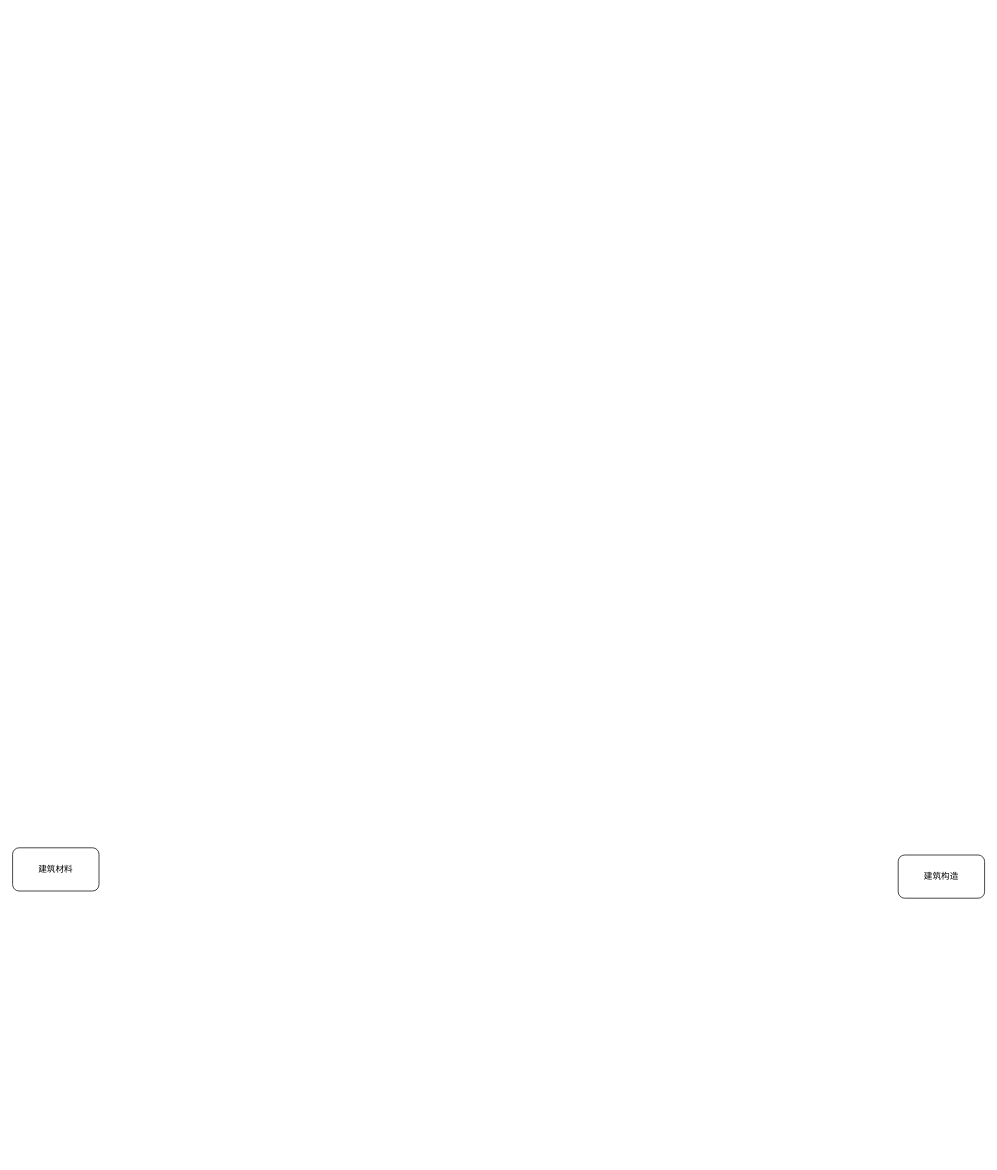
This is 建筑材料与构造.drawio from gaochaowyq/MinderGraph, a draw.io file, before an edit. Source tidied: cells renumbered, new cells numbered last; positions are measured from the earlier drawing's top-left corner, leaving out a move shared by most shapes. Both pictures are drawn from the tidied source at 72%, with x=0, y=0 at pixel (12, 847).
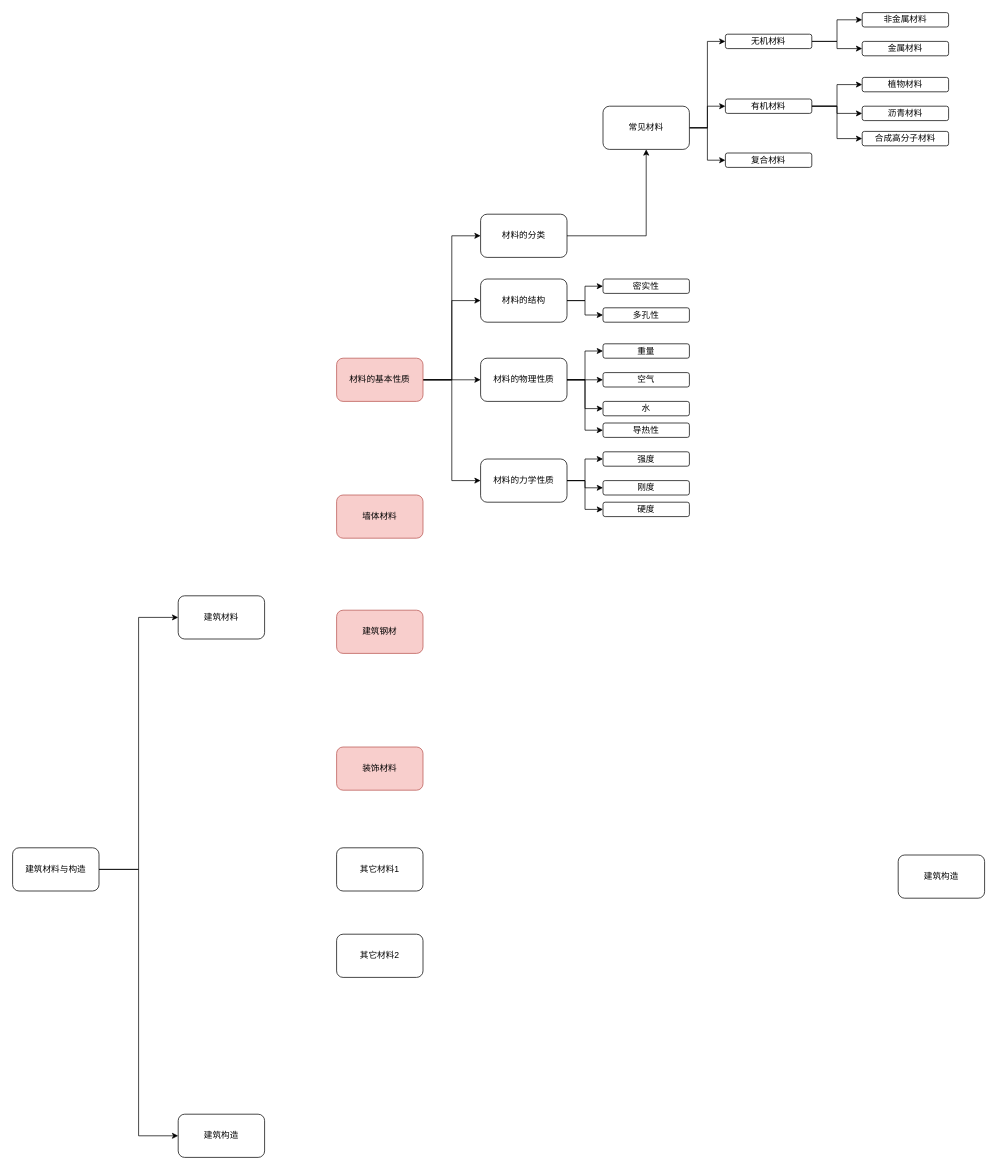
The same diagram, later.

Commit message (it also covers changes not shown here):
Update 建筑材料与构造.drawio

What changed in the source:
```diff
@@
+    <mxCell id="4" style="edgeStyle=orthogonalEdgeStyle;rounded=0;jettySize=auto;html=1;entryX=0;entryY=0.5;entryDx=0;entryDy=0;" parent="1" edge="1" source="2" target="6">
+      <mxGeometry relative="1" as="geometry" />
+    </mxCell>
+    <mxCell id="5" style="edgeStyle=orthogonalEdgeStyle;rounded=0;jettySize=auto;html=1;entryX=0;entryY=0.5;entryDx=0;entryDy=0;" parent="1" edge="1" source="2" target="7">
+      <mxGeometry relative="1" as="geometry" />
+    </mxCell>
-    <mxCell id="2" value="建筑材料" style="rounded=1;whiteSpace=wrap;html=1;" parent="1" vertex="1">
+    <mxCell id="2" value="建筑材料与构造" style="rounded=1;whiteSpace=wrap;html=1;" parent="1" vertex="1">
       <mxGeometry width="120" height="60" as="geometry" />
     </mxCell>
@@
+    <mxCell id="6" value="建筑材料" style="rounded=1;whiteSpace=wrap;html=1;" parent="1" vertex="1">
+      <mxGeometry x="230" y="-350" width="120" height="60" as="geometry" />
+    </mxCell>
+    <mxCell id="7" value="建筑构造" style="rounded=1;whiteSpace=wrap;html=1;" parent="1" vertex="1">
+      <mxGeometry x="230" y="370" width="120" height="60" as="geometry" />
+    </mxCell>
+    <mxCell id="8" style="edgeStyle=orthogonalEdgeStyle;rounded=0;jettySize=auto;html=1;entryX=0;entryY=0.5;entryDx=0;entryDy=0;" parent="1" edge="1" source="12" target="19">
+      <mxGeometry relative="1" as="geometry" />
+    </mxCell>
+    <mxCell id="9" style="edgeStyle=orthogonalEdgeStyle;rounded=0;jettySize=auto;html=1;entryX=0;entryY=0.5;entryDx=0;entryDy=0;" parent="1" edge="1" source="12" target="22">
+      <mxGeometry relative="1" as="geometry" />
+    </mxCell>
+    <mxCell id="10" style="edgeStyle=orthogonalEdgeStyle;rounded=0;jettySize=auto;html=1;" parent="1" edge="1" source="12" target="27">
+      <mxGeometry relative="1" as="geometry" />
+    </mxCell>
+    <mxCell id="11" style="edgeStyle=orthogonalEdgeStyle;rounded=0;jettySize=auto;html=1;entryX=0;entryY=0.5;entryDx=0;entryDy=0;" parent="1" edge="1" source="12" target="31">
+      <mxGeometry relative="1" as="geometry" />
+    </mxCell>
+    <mxCell id="12" value="材料的基本性质" style="rounded=1;whiteSpace=wrap;html=1;fillColor=#f8cecc;strokeColor=#b85450;" parent="1" vertex="1">
+      <mxGeometry x="450" y="-680" width="120" height="60" as="geometry" />
+    </mxCell>
+    <mxCell id="13" value="墙体材料" style="rounded=1;whiteSpace=wrap;html=1;fillColor=#f8cecc;strokeColor=#b85450;" parent="1" vertex="1">
+      <mxGeometry x="450" y="-490" width="120" height="60" as="geometry" />
+    </mxCell>
+    <mxCell id="14" value="建筑钢材" style="rounded=1;whiteSpace=wrap;html=1;fillColor=#f8cecc;strokeColor=#b85450;" parent="1" vertex="1">
+      <mxGeometry x="450" y="-330" width="120" height="60" as="geometry" />
+    </mxCell>
+    <mxCell id="15" value="装饰材料" style="rounded=1;whiteSpace=wrap;html=1;fillColor=#f8cecc;strokeColor=#b85450;" parent="1" vertex="1">
+      <mxGeometry x="450" y="-140" width="120" height="60" as="geometry" />
+    </mxCell>
+    <mxCell id="16" value="其它材料1" style="rounded=1;whiteSpace=wrap;html=1;" parent="1" vertex="1">
+      <mxGeometry x="450" width="120" height="60" as="geometry" />
+    </mxCell>
+    <mxCell id="17" value="其它材料2" style="rounded=1;whiteSpace=wrap;html=1;" parent="1" vertex="1">
+      <mxGeometry x="450" y="120" width="120" height="60" as="geometry" />
+    </mxCell>
+    <mxCell id="18" style="edgeStyle=orthogonalEdgeStyle;rounded=0;jettySize=auto;html=1;" parent="1" edge="1" source="19" target="35">
+      <mxGeometry relative="1" as="geometry" />
+    </mxCell>
+    <mxCell id="19" value="材料的分类" style="rounded=1;whiteSpace=wrap;html=1;" parent="1" vertex="1">
+      <mxGeometry x="650" y="-880" width="120" height="60" as="geometry" />
+    </mxCell>
+    <mxCell id="20" style="edgeStyle=orthogonalEdgeStyle;rounded=0;jettySize=auto;html=1;entryX=0;entryY=0.5;entryDx=0;entryDy=0;" parent="1" edge="1" source="22" target="36">
+      <mxGeometry relative="1" as="geometry" />
+    </mxCell>
+    <mxCell id="21" style="edgeStyle=orthogonalEdgeStyle;rounded=0;jettySize=auto;html=1;entryX=0;entryY=0.5;entryDx=0;entryDy=0;" parent="1" edge="1" source="22" target="37">
+      <mxGeometry relative="1" as="geometry" />
+    </mxCell>
+    <mxCell id="22" value="材料的结构" style="rounded=1;whiteSpace=wrap;html=1;" parent="1" vertex="1">
+      <mxGeometry x="650" y="-790" width="120" height="60" as="geometry" />
+    </mxCell>
+    <mxCell id="23" style="edgeStyle=orthogonalEdgeStyle;rounded=0;jettySize=auto;html=1;entryX=0;entryY=0.5;entryDx=0;entryDy=0;" parent="1" edge="1" source="27" target="38">
+      <mxGeometry relative="1" as="geometry" />
+    </mxCell>
+    <mxCell id="24" style="edgeStyle=orthogonalEdgeStyle;rounded=0;jettySize=auto;html=1;entryX=0;entryY=0.5;entryDx=0;entryDy=0;" parent="1" edge="1" source="27" target="39">
+      <mxGeometry relative="1" as="geometry" />
+    </mxCell>
+    <mxCell id="25" style="edgeStyle=orthogonalEdgeStyle;rounded=0;jettySize=auto;html=1;entryX=0;entryY=0.5;entryDx=0;entryDy=0;" parent="1" edge="1" source="27" target="40">
+      <mxGeometry relative="1" as="geometry" />
+    </mxCell>
+    <mxCell id="26" style="edgeStyle=orthogonalEdgeStyle;rounded=0;jettySize=auto;html=1;entryX=0;entryY=0.5;entryDx=0;entryDy=0;" parent="1" edge="1" source="27" target="41">
+      <mxGeometry relative="1" as="geometry" />
+    </mxCell>
+    <mxCell id="27" value="材料的物理性质" style="rounded=1;whiteSpace=wrap;html=1;" parent="1" vertex="1">
+      <mxGeometry x="650" y="-680" width="120" height="60" as="geometry" />
+    </mxCell>
+    <mxCell id="28" style="edgeStyle=orthogonalEdgeStyle;rounded=0;jettySize=auto;html=1;entryX=0;entryY=0.5;entryDx=0;entryDy=0;" parent="1" edge="1" source="31" target="42">
+      <mxGeometry relative="1" as="geometry" />
+    </mxCell>
+    <mxCell id="29" style="edgeStyle=orthogonalEdgeStyle;rounded=0;jettySize=auto;html=1;" parent="1" edge="1" source="31" target="43">
+      <mxGeometry relative="1" as="geometry" />
+    </mxCell>
+    <mxCell id="30" style="edgeStyle=orthogonalEdgeStyle;rounded=0;jettySize=auto;html=1;" parent="1" edge="1" source="31" target="44">
+      <mxGeometry relative="1" as="geometry" />
+    </mxCell>
+    <mxCell id="31" value="材料的力学性质" style="rounded=1;whiteSpace=wrap;html=1;" parent="1" vertex="1">
+      <mxGeometry x="650" y="-540" width="120" height="60" as="geometry" />
+    </mxCell>
+    <mxCell id="32" style="edgeStyle=orthogonalEdgeStyle;rounded=0;jettySize=auto;html=1;entryX=0;entryY=0.5;entryDx=0;entryDy=0;" parent="1" edge="1" source="35" target="47">
+      <mxGeometry relative="1" as="geometry" />
+    </mxCell>
+    <mxCell id="33" style="edgeStyle=orthogonalEdgeStyle;rounded=0;jettySize=auto;html=1;" parent="1" edge="1" source="35" target="51">
+      <mxGeometry relative="1" as="geometry" />
+    </mxCell>
+    <mxCell id="34" style="edgeStyle=orthogonalEdgeStyle;rounded=0;jettySize=auto;html=1;entryX=0;entryY=0.5;entryDx=0;entryDy=0;" parent="1" edge="1" source="35" target="52">
+      <mxGeometry relative="1" as="geometry" />
+    </mxCell>
+    <mxCell id="35" value="常见材料" style="rounded=1;whiteSpace=wrap;html=1;" parent="1" vertex="1">
+      <mxGeometry x="820" y="-1030" width="120" height="60" as="geometry" />
+    </mxCell>
+    <mxCell id="36" value="密实性" style="rounded=1;whiteSpace=wrap;html=1;" parent="1" vertex="1">
+      <mxGeometry x="820" y="-790" width="120" height="20" as="geometry" />
+    </mxCell>
+    <mxCell id="37" value="多孔性" style="rounded=1;whiteSpace=wrap;html=1;" parent="1" vertex="1">
+      <mxGeometry x="820" y="-750" width="120" height="20" as="geometry" />
+    </mxCell>
+    <mxCell id="38" value="重量" style="rounded=1;whiteSpace=wrap;html=1;" parent="1" vertex="1">
+      <mxGeometry x="820" y="-700" width="120" height="20" as="geometry" />
+    </mxCell>
+    <mxCell id="39" value="空气" style="rounded=1;whiteSpace=wrap;html=1;" parent="1" vertex="1">
+      <mxGeometry x="820" y="-660" width="120" height="20" as="geometry" />
+    </mxCell>
+    <mxCell id="40" value="水" style="rounded=1;whiteSpace=wrap;html=1;" parent="1" vertex="1">
+      <mxGeometry x="820" y="-620" width="120" height="20" as="geometry" />
+    </mxCell>
+    <mxCell id="41" value="导热性" style="rounded=1;whiteSpace=wrap;html=1;" parent="1" vertex="1">
+      <mxGeometry x="820" y="-590" width="120" height="20" as="geometry" />
+    </mxCell>
+    <mxCell id="42" value="强度" style="rounded=1;whiteSpace=wrap;html=1;" parent="1" vertex="1">
+      <mxGeometry x="820" y="-550" width="120" height="20" as="geometry" />
+    </mxCell>
+    <mxCell id="43" value="刚度" style="rounded=1;whiteSpace=wrap;html=1;" parent="1" vertex="1">
+      <mxGeometry x="820" y="-510" width="120" height="20" as="geometry" />
+    </mxCell>
+    <mxCell id="44" value="硬度" style="rounded=1;whiteSpace=wrap;html=1;" parent="1" vertex="1">
+      <mxGeometry x="820" y="-480" width="120" height="20" as="geometry" />
+    </mxCell>
+    <mxCell id="45" style="edgeStyle=orthogonalEdgeStyle;rounded=0;jettySize=auto;html=1;entryX=0;entryY=0.5;entryDx=0;entryDy=0;" parent="1" edge="1" source="47" target="53">
+      <mxGeometry relative="1" as="geometry" />
+    </mxCell>
+    <mxCell id="46" style="edgeStyle=orthogonalEdgeStyle;rounded=0;jettySize=auto;html=1;" parent="1" edge="1" source="47" target="54">
+      <mxGeometry relative="1" as="geometry" />
+    </mxCell>
+    <mxCell id="47" value="无机材料" style="rounded=1;whiteSpace=wrap;html=1;" parent="1" vertex="1">
+      <mxGeometry x="990" y="-1130" width="120" height="20" as="geometry" />
+    </mxCell>
+    <mxCell id="48" style="edgeStyle=orthogonalEdgeStyle;rounded=0;jettySize=auto;html=1;entryX=0;entryY=0.5;entryDx=0;entryDy=0;" parent="1" edge="1" source="51" target="55">
+      <mxGeometry relative="1" as="geometry" />
+    </mxCell>
+    <mxCell id="49" style="edgeStyle=orthogonalEdgeStyle;rounded=0;jettySize=auto;html=1;" parent="1" edge="1" source="51" target="56">
+      <mxGeometry relative="1" as="geometry" />
+    </mxCell>
+    <mxCell id="50" style="edgeStyle=orthogonalEdgeStyle;rounded=0;jettySize=auto;html=1;entryX=0;entryY=0.5;entryDx=0;entryDy=0;" parent="1" edge="1" source="51" target="57">
+      <mxGeometry relative="1" as="geometry" />
+    </mxCell>
+    <mxCell id="51" value="有机材料" style="rounded=1;whiteSpace=wrap;html=1;" parent="1" vertex="1">
+      <mxGeometry x="990" y="-1040" width="120" height="20" as="geometry" />
+    </mxCell>
+    <mxCell id="52" value="复合材料" style="rounded=1;whiteSpace=wrap;html=1;" parent="1" vertex="1">
+      <mxGeometry x="990" y="-965" width="120" height="20" as="geometry" />
+    </mxCell>
+    <mxCell id="53" value="非金属材料" style="rounded=1;whiteSpace=wrap;html=1;" parent="1" vertex="1">
+      <mxGeometry x="1180" y="-1160" width="120" height="20" as="geometry" />
+    </mxCell>
+    <mxCell id="54" value="金属材料" style="rounded=1;whiteSpace=wrap;html=1;" parent="1" vertex="1">
+      <mxGeometry x="1180" y="-1120" width="120" height="20" as="geometry" />
+    </mxCell>
+    <mxCell id="55" value="植物材料" style="rounded=1;whiteSpace=wrap;html=1;" parent="1" vertex="1">
+      <mxGeometry x="1180" y="-1070" width="120" height="20" as="geometry" />
+    </mxCell>
+    <mxCell id="56" value="沥青材料" style="rounded=1;whiteSpace=wrap;html=1;" parent="1" vertex="1">
+      <mxGeometry x="1180" y="-1030" width="120" height="20" as="geometry" />
+    </mxCell>
+    <mxCell id="57" value="合成高分子材料" style="rounded=1;whiteSpace=wrap;html=1;" parent="1" vertex="1">
+      <mxGeometry x="1180" y="-995" width="120" height="20" as="geometry" />
+    </mxCell>
```
